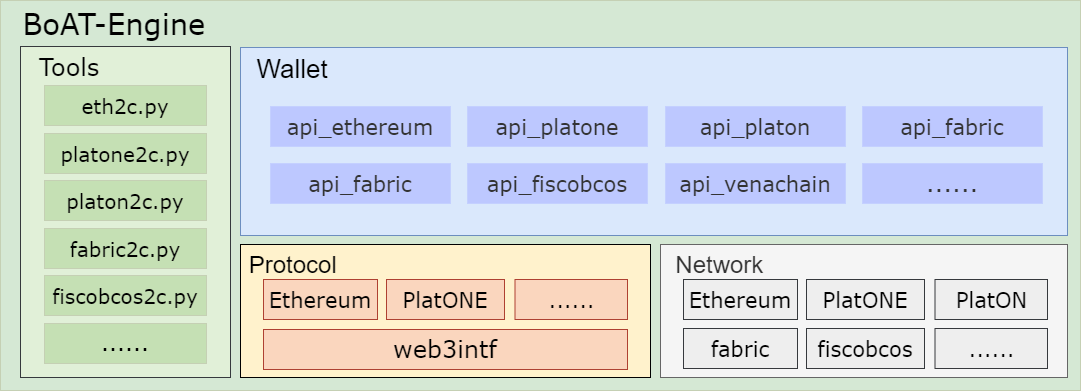
Before: docs/images/BoAT_Overall_Design_cn-F4-3-BoAT-Engine.png, a diagram exported from draw.io (phengao/hello-world). Source tidied: cells renumbered, new cells last; positions are measured from the earlier drawing's top-left corner, leaving out a move shared by most shapes. Its diagram source:
```xml
<mxGraphModel>
  <root>
    <mxCell id="0" />
    <mxCell id="1" parent="0" />
    <mxCell id="2" value="&amp;nbsp; BoAT-Engine" style="rounded=0;whiteSpace=wrap;html=1;strokeColor=#C5D0B4;strokeWidth=1;fontFamily=Verdana;fontSize=29;fillColor=#D5E8D4;verticalAlign=top;align=left;" parent="1" vertex="1">
      <mxGeometry width="1080" height="390" as="geometry" />
    </mxCell>
    <mxCell id="3" value="&amp;nbsp; Wallet" style="rounded=0;whiteSpace=wrap;html=1;rotation=0;fillColor=#dae8fc;strokeColor=#6c8ebf;verticalAlign=top;fontSize=26;align=left;" parent="1" vertex="1">
      <mxGeometry x="240" y="47" width="827" height="188" as="geometry" />
    </mxCell>
    <mxCell id="4" value="api_platone" style="rounded=0;whiteSpace=wrap;html=1;fillColor=#BDC8FF;strokeColor=#C4D0FF;fontColor=#333333;fontSize=21;fontFamily=Verdana;fontStyle=0;" parent="1" vertex="1">
      <mxGeometry x="467" y="106" width="180" height="40" as="geometry" />
    </mxCell>
    <mxCell id="5" value="api_platon" style="rounded=0;whiteSpace=wrap;html=1;fillColor=#BDC8FF;strokeColor=#C4D0FF;fontColor=#333333;fontSize=21;fontFamily=Verdana;fontStyle=0;" parent="1" vertex="1">
      <mxGeometry x="665" y="106" width="180" height="40" as="geometry" />
    </mxCell>
    <mxCell id="6" value="api_fabric" style="rounded=0;whiteSpace=wrap;html=1;fillColor=#BDC8FF;strokeColor=#C4D0FF;fontColor=#333333;fontSize=21;fontFamily=Verdana;fontStyle=0;" parent="1" vertex="1">
      <mxGeometry x="862" y="106" width="180" height="40" as="geometry" />
    </mxCell>
    <mxCell id="7" value="api_fiscobcos" style="rounded=0;whiteSpace=wrap;html=1;fillColor=#BDC8FF;strokeColor=#C4D0FF;fontColor=#333333;fontSize=21;fontFamily=Verdana;fontStyle=0;" parent="1" vertex="1">
      <mxGeometry x="467" y="163" width="180" height="40" as="geometry" />
    </mxCell>
    <mxCell id="8" value="api_venachain" style="rounded=0;whiteSpace=wrap;html=1;fillColor=#BDC8FF;strokeColor=#C4D0FF;fontColor=#333333;fontSize=21;fontFamily=Verdana;fontStyle=0;" parent="1" vertex="1">
      <mxGeometry x="665" y="163" width="180" height="40" as="geometry" />
    </mxCell>
    <mxCell id="9" value="......" style="rounded=0;whiteSpace=wrap;html=1;fillColor=#BDC8FF;strokeColor=#C4D0FF;fontColor=#333333;fontSize=24;fontFamily=Verdana;fontStyle=0;" parent="1" vertex="1">
      <mxGeometry x="862" y="163" width="180" height="40" as="geometry" />
    </mxCell>
    <mxCell id="10" value="&lt;span style=&quot;font-size: 24px;&quot;&gt;&amp;nbsp;Protocol&lt;/span&gt;" style="rounded=0;whiteSpace=wrap;html=1;fillColor=#fff2cc;strokeColor=#000000;fontSize=24;strokeWidth=1;verticalAlign=top;align=left;" parent="1" vertex="1">
      <mxGeometry x="240" y="244" width="410" height="133" as="geometry" />
    </mxCell>
    <mxCell id="11" value="Ethereum" style="rounded=0;whiteSpace=wrap;html=1;strokeColor=#ae4132;strokeWidth=1;fontFamily=Verdana;fontSize=21;fillColor=#FAD6BE;fontStyle=0;" parent="1" vertex="1">
      <mxGeometry x="263" y="279" width="114" height="40" as="geometry" />
    </mxCell>
    <mxCell id="12" value="web3intf" style="rounded=0;whiteSpace=wrap;html=1;strokeColor=#ae4132;strokeWidth=1;fontFamily=Verdana;fontSize=24;fillColor=#FAD6BE;fontStyle=0;" parent="1" vertex="1">
      <mxGeometry x="263" y="329" width="364" height="40" as="geometry" />
    </mxCell>
    <mxCell id="13" value="PlatONE" style="rounded=0;whiteSpace=wrap;html=1;strokeColor=#ae4132;strokeWidth=1;fontFamily=Verdana;fontSize=21;fillColor=#FAD6BE;fontStyle=0;" parent="1" vertex="1">
      <mxGeometry x="386" y="279" width="118" height="40" as="geometry" />
    </mxCell>
    <mxCell id="14" value="......" style="rounded=0;whiteSpace=wrap;html=1;strokeColor=#ae4132;strokeWidth=1;fontFamily=Verdana;fontSize=21;fillColor=#FAD6BE;fontStyle=0;" parent="1" vertex="1">
      <mxGeometry x="514.5" y="279" width="112.5" height="40" as="geometry" />
    </mxCell>
    <mxCell id="15" value="&amp;nbsp; Network" style="rounded=0;whiteSpace=wrap;html=1;fillColor=#f5f5f5;strokeColor=#666666;fontSize=24;strokeWidth=1;verticalAlign=top;align=left;fontColor=#333333;" parent="1" vertex="1">
      <mxGeometry x="660" y="244" width="407" height="133" as="geometry" />
    </mxCell>
    <mxCell id="16" value="Ethereum" style="rounded=0;whiteSpace=wrap;html=1;strokeColor=#36393d;strokeWidth=1;fontFamily=Verdana;fontSize=21;fillColor=#eeeeee;fontStyle=0;" parent="1" vertex="1">
      <mxGeometry x="683" y="279" width="114" height="40" as="geometry" />
    </mxCell>
    <mxCell id="17" value="PlatONE" style="rounded=0;whiteSpace=wrap;html=1;strokeColor=#36393d;strokeWidth=1;fontFamily=Verdana;fontSize=21;fillColor=#eeeeee;fontStyle=0;" parent="1" vertex="1">
      <mxGeometry x="806" y="279" width="118" height="40" as="geometry" />
    </mxCell>
    <mxCell id="18" value="PlatON" style="rounded=0;whiteSpace=wrap;html=1;strokeColor=#36393d;strokeWidth=1;fontFamily=Verdana;fontSize=21;fillColor=#eeeeee;fontStyle=0;" parent="1" vertex="1">
      <mxGeometry x="934.5" y="279" width="112.5" height="40" as="geometry" />
    </mxCell>
    <mxCell id="19" value="fabric" style="rounded=0;whiteSpace=wrap;html=1;strokeColor=#36393d;strokeWidth=1;fontFamily=Verdana;fontSize=21;fillColor=#eeeeee;fontStyle=0;" parent="1" vertex="1">
      <mxGeometry x="683" y="328" width="114" height="40" as="geometry" />
    </mxCell>
    <mxCell id="20" value="fiscobcos" style="rounded=0;whiteSpace=wrap;html=1;strokeColor=#36393d;strokeWidth=1;fontFamily=Verdana;fontSize=21;fillColor=#eeeeee;fontStyle=0;" parent="1" vertex="1">
      <mxGeometry x="806" y="328" width="118" height="40" as="geometry" />
    </mxCell>
    <mxCell id="21" value="......" style="rounded=0;whiteSpace=wrap;html=1;strokeColor=#36393d;strokeWidth=1;fontFamily=Verdana;fontSize=21;fillColor=#eeeeee;fontStyle=0;" parent="1" vertex="1">
      <mxGeometry x="934.5" y="328" width="112.5" height="40" as="geometry" />
    </mxCell>
    <mxCell id="22" value="&amp;nbsp; Tools" style="rounded=0;whiteSpace=wrap;html=1;strokeColor=#36393d;strokeWidth=1;fontFamily=Verdana;fontSize=24;fillColor=#E1F0D8;verticalAlign=top;align=left;" parent="1" vertex="1">
      <mxGeometry x="20" y="46" width="210" height="331" as="geometry" />
    </mxCell>
    <mxCell id="23" value="eth2c.py" style="rounded=0;whiteSpace=wrap;html=1;strokeColor=#C5D0B4;strokeWidth=1;fontFamily=Verdana;fontSize=20;fillColor=#C5E0B4;" parent="1" vertex="1">
      <mxGeometry x="44" y="85" width="162" height="40" as="geometry" />
    </mxCell>
    <mxCell id="24" value="platone2c.py" style="rounded=0;whiteSpace=wrap;html=1;strokeColor=#C5D0B4;strokeWidth=1;fontFamily=Verdana;fontSize=20;fillColor=#C5E0B4;" parent="1" vertex="1">
      <mxGeometry x="44" y="133" width="162" height="40" as="geometry" />
    </mxCell>
    <mxCell id="25" value="platon2c.py" style="rounded=0;whiteSpace=wrap;html=1;strokeColor=#C5D0B4;strokeWidth=1;fontFamily=Verdana;fontSize=20;fillColor=#C5E0B4;" parent="1" vertex="1">
      <mxGeometry x="44" y="180" width="162" height="40" as="geometry" />
    </mxCell>
    <mxCell id="26" value="fabric2c.py" style="rounded=0;whiteSpace=wrap;html=1;strokeColor=#C5D0B4;strokeWidth=1;fontFamily=Verdana;fontSize=20;fillColor=#C5E0B4;" parent="1" vertex="1">
      <mxGeometry x="44" y="228" width="162" height="40" as="geometry" />
    </mxCell>
    <mxCell id="27" value="fiscobcos2c.py" style="rounded=0;whiteSpace=wrap;html=1;strokeColor=#C5D0B4;strokeWidth=1;fontFamily=Verdana;fontSize=20;fillColor=#C5E0B4;" parent="1" vertex="1">
      <mxGeometry x="44" y="275" width="162" height="40" as="geometry" />
    </mxCell>
    <mxCell id="28" value="......" style="rounded=0;whiteSpace=wrap;html=1;strokeColor=#C5D0B4;strokeWidth=1;fontFamily=Verdana;fontSize=22;fillColor=#C5E0B4;" parent="1" vertex="1">
      <mxGeometry x="44" y="323" width="162" height="40" as="geometry" />
    </mxCell>
    <mxCell id="29" value="api_ethereum" style="rounded=0;whiteSpace=wrap;html=1;fillColor=#BDC8FF;strokeColor=#C4D0FF;fontColor=#333333;fontSize=21;fontFamily=Verdana;fontStyle=0;" parent="1" vertex="1">
      <mxGeometry x="270" y="106" width="180" height="40" as="geometry" />
    </mxCell>
    <mxCell id="30" value="api_fabric" style="rounded=0;whiteSpace=wrap;html=1;fillColor=#BDC8FF;strokeColor=#C4D0FF;fontColor=#333333;fontSize=21;fontFamily=Verdana;fontStyle=0;" parent="1" vertex="1">
      <mxGeometry x="270" y="163" width="180" height="40" as="geometry" />
    </mxCell>
  </root>
</mxGraphModel>
```
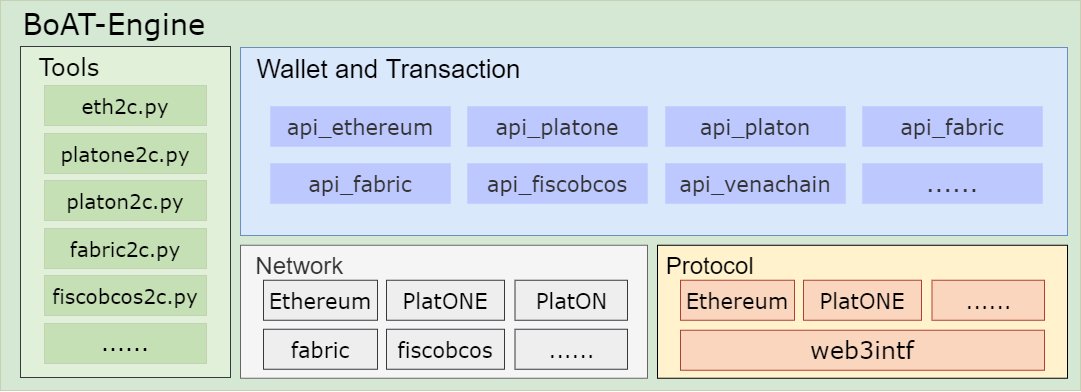
Later version of the same file.

What changed in the source:
```diff
@@ -5,7 +5,7 @@
     <mxCell id="2" value="&amp;nbsp; BoAT-Engine" style="rounded=0;whiteSpace=wrap;html=1;strokeColor=#C5D0B4;strokeWidth=1;fontFamily=Verdana;fontSize=29;fillColor=#D5E8D4;verticalAlign=top;align=left;" parent="1" vertex="1">
       <mxGeometry width="1080" height="390" as="geometry" />
     </mxCell>
-    <mxCell id="3" value="&amp;nbsp; Wallet" style="rounded=0;whiteSpace=wrap;html=1;rotation=0;fillColor=#dae8fc;strokeColor=#6c8ebf;verticalAlign=top;fontSize=26;align=left;" parent="1" vertex="1">
+    <mxCell id="3" value="&amp;nbsp; Wallet and Transaction" style="rounded=0;whiteSpace=wrap;html=1;rotation=0;fillColor=#dae8fc;strokeColor=#6c8ebf;verticalAlign=top;fontSize=26;align=left;" parent="1" vertex="1">
       <mxGeometry x="240" y="47" width="827" height="188" as="geometry" />
     </mxCell>
     <mxCell id="4" value="api_platone" style="rounded=0;whiteSpace=wrap;html=1;fillColor=#BDC8FF;strokeColor=#C4D0FF;fontColor=#333333;fontSize=21;fontFamily=Verdana;fontStyle=0;" parent="1" vertex="1">
@@ -27,40 +27,40 @@
       <mxGeometry x="862" y="163" width="180" height="40" as="geometry" />
     </mxCell>
     <mxCell id="10" value="&lt;span style=&quot;font-size: 24px;&quot;&gt;&amp;nbsp;Protocol&lt;/span&gt;" style="rounded=0;whiteSpace=wrap;html=1;fillColor=#fff2cc;strokeColor=#000000;fontSize=24;strokeWidth=1;verticalAlign=top;align=left;" parent="1" vertex="1">
-      <mxGeometry x="240" y="244" width="410" height="133" as="geometry" />
+      <mxGeometry x="657" y="244.8" width="410" height="133" as="geometry" />
     </mxCell>
     <mxCell id="11" value="Ethereum" style="rounded=0;whiteSpace=wrap;html=1;strokeColor=#ae4132;strokeWidth=1;fontFamily=Verdana;fontSize=21;fillColor=#FAD6BE;fontStyle=0;" parent="1" vertex="1">
-      <mxGeometry x="263" y="279" width="114" height="40" as="geometry" />
+      <mxGeometry x="680" y="279.8" width="114" height="40" as="geometry" />
     </mxCell>
     <mxCell id="12" value="web3intf" style="rounded=0;whiteSpace=wrap;html=1;strokeColor=#ae4132;strokeWidth=1;fontFamily=Verdana;fontSize=24;fillColor=#FAD6BE;fontStyle=0;" parent="1" vertex="1">
-      <mxGeometry x="263" y="329" width="364" height="40" as="geometry" />
+      <mxGeometry x="680" y="329.8" width="364" height="40" as="geometry" />
     </mxCell>
     <mxCell id="13" value="PlatONE" style="rounded=0;whiteSpace=wrap;html=1;strokeColor=#ae4132;strokeWidth=1;fontFamily=Verdana;fontSize=21;fillColor=#FAD6BE;fontStyle=0;" parent="1" vertex="1">
-      <mxGeometry x="386" y="279" width="118" height="40" as="geometry" />
+      <mxGeometry x="803" y="279.8" width="118" height="40" as="geometry" />
     </mxCell>
     <mxCell id="14" value="......" style="rounded=0;whiteSpace=wrap;html=1;strokeColor=#ae4132;strokeWidth=1;fontFamily=Verdana;fontSize=21;fillColor=#FAD6BE;fontStyle=0;" parent="1" vertex="1">
-      <mxGeometry x="514.5" y="279" width="112.5" height="40" as="geometry" />
+      <mxGeometry x="931.5" y="279.8" width="112.5" height="40" as="geometry" />
     </mxCell>
     <mxCell id="15" value="&amp;nbsp; Network" style="rounded=0;whiteSpace=wrap;html=1;fillColor=#f5f5f5;strokeColor=#666666;fontSize=24;strokeWidth=1;verticalAlign=top;align=left;fontColor=#333333;" parent="1" vertex="1">
-      <mxGeometry x="660" y="244" width="407" height="133" as="geometry" />
+      <mxGeometry x="240" y="244.8" width="407" height="133" as="geometry" />
     </mxCell>
     <mxCell id="16" value="Ethereum" style="rounded=0;whiteSpace=wrap;html=1;strokeColor=#36393d;strokeWidth=1;fontFamily=Verdana;fontSize=21;fillColor=#eeeeee;fontStyle=0;" parent="1" vertex="1">
-      <mxGeometry x="683" y="279" width="114" height="40" as="geometry" />
+      <mxGeometry x="263" y="279.8" width="114" height="40" as="geometry" />
     </mxCell>
     <mxCell id="17" value="PlatONE" style="rounded=0;whiteSpace=wrap;html=1;strokeColor=#36393d;strokeWidth=1;fontFamily=Verdana;fontSize=21;fillColor=#eeeeee;fontStyle=0;" parent="1" vertex="1">
-      <mxGeometry x="806" y="279" width="118" height="40" as="geometry" />
+      <mxGeometry x="386" y="279.8" width="118" height="40" as="geometry" />
     </mxCell>
     <mxCell id="18" value="PlatON" style="rounded=0;whiteSpace=wrap;html=1;strokeColor=#36393d;strokeWidth=1;fontFamily=Verdana;fontSize=21;fillColor=#eeeeee;fontStyle=0;" parent="1" vertex="1">
-      <mxGeometry x="934.5" y="279" width="112.5" height="40" as="geometry" />
+      <mxGeometry x="514.5" y="279.8" width="112.5" height="40" as="geometry" />
     </mxCell>
     <mxCell id="19" value="fabric" style="rounded=0;whiteSpace=wrap;html=1;strokeColor=#36393d;strokeWidth=1;fontFamily=Verdana;fontSize=21;fillColor=#eeeeee;fontStyle=0;" parent="1" vertex="1">
-      <mxGeometry x="683" y="328" width="114" height="40" as="geometry" />
+      <mxGeometry x="263" y="328.8" width="114" height="40" as="geometry" />
     </mxCell>
     <mxCell id="20" value="fiscobcos" style="rounded=0;whiteSpace=wrap;html=1;strokeColor=#36393d;strokeWidth=1;fontFamily=Verdana;fontSize=21;fillColor=#eeeeee;fontStyle=0;" parent="1" vertex="1">
-      <mxGeometry x="806" y="328" width="118" height="40" as="geometry" />
+      <mxGeometry x="386" y="328.8" width="118" height="40" as="geometry" />
     </mxCell>
     <mxCell id="21" value="......" style="rounded=0;whiteSpace=wrap;html=1;strokeColor=#36393d;strokeWidth=1;fontFamily=Verdana;fontSize=21;fillColor=#eeeeee;fontStyle=0;" parent="1" vertex="1">
-      <mxGeometry x="934.5" y="328" width="112.5" height="40" as="geometry" />
+      <mxGeometry x="514.5" y="328.8" width="112.5" height="40" as="geometry" />
     </mxCell>
     <mxCell id="22" value="&amp;nbsp; Tools" style="rounded=0;whiteSpace=wrap;html=1;strokeColor=#36393d;strokeWidth=1;fontFamily=Verdana;fontSize=24;fillColor=#E1F0D8;verticalAlign=top;align=left;" parent="1" vertex="1">
       <mxGeometry x="20" y="46" width="210" height="331" as="geometry" />
```
